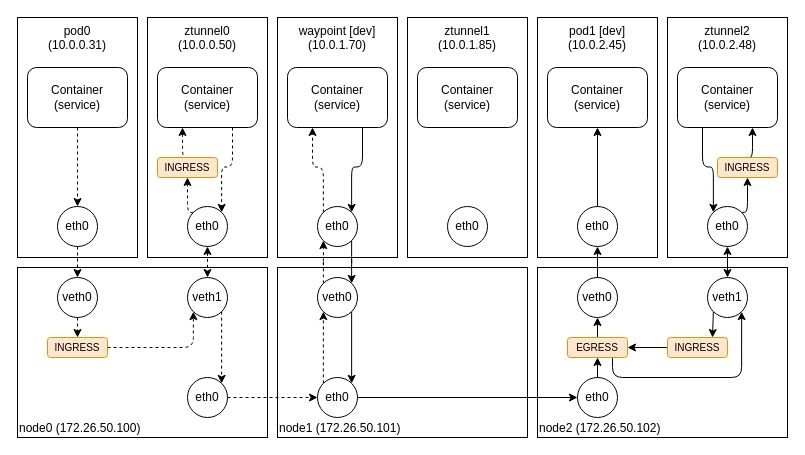
haruband/codebook keeps this draw.io diagram as page "ambientmesh" (2 of 3) of k8s.istio/k8s.istio.drawio. Above is the earlier version. Source tidied: cells renumbered, new cells numbered last; positions are measured from the earlier drawing's top-left corner, leaving out a move shared by most shapes. Both pictures are drawn from the tidied source at 100%, with x=0, y=0 at pixel (17, 17).
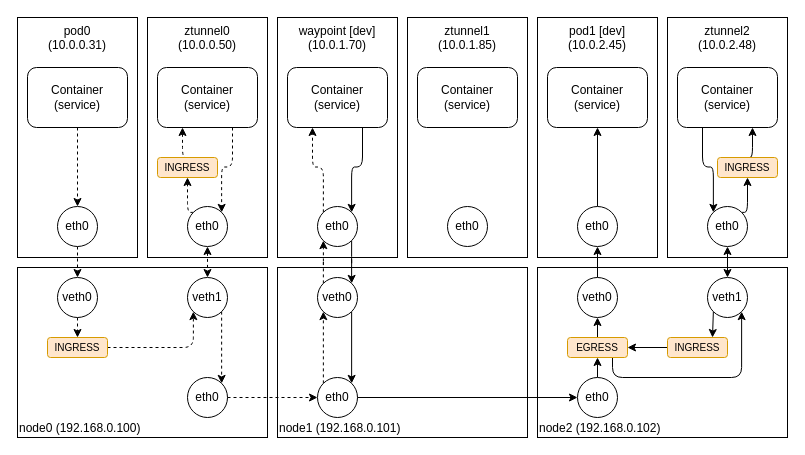
Above is the later version.

What changed in the source:
```diff
@@
-    <mxCell id="3" value="node0 (172.26.50.100)" style="rounded=0;whiteSpace=wrap;html=1;align=left;verticalAlign=bottom;" parent="1" vertex="1">
+    <mxCell id="3" value="node0 (192.168.0.100)" style="rounded=0;whiteSpace=wrap;html=1;align=left;verticalAlign=bottom;" parent="1" vertex="1">
       <mxGeometry y="250" width="250" height="170" as="geometry" />
     </mxCell>
@@
-    <mxCell id="22" value="node1 (172.26.50.101)" style="rounded=0;whiteSpace=wrap;html=1;align=left;verticalAlign=bottom;" parent="1" vertex="1">
+    <mxCell id="22" value="node1 (192.168.0.101)" style="rounded=0;whiteSpace=wrap;html=1;align=left;verticalAlign=bottom;" parent="1" vertex="1">
       <mxGeometry x="260" y="250" width="250" height="170" as="geometry" />
     </mxCell>
@@
-    <mxCell id="35" value="node2 (172.26.50.102)" style="rounded=0;whiteSpace=wrap;html=1;align=left;verticalAlign=bottom;" parent="1" vertex="1">
+    <mxCell id="35" value="node2 (192.168.0.102)" style="rounded=0;whiteSpace=wrap;html=1;align=left;verticalAlign=bottom;" parent="1" vertex="1">
       <mxGeometry x="520" y="250" width="250" height="170" as="geometry" />
     </mxCell>
```
